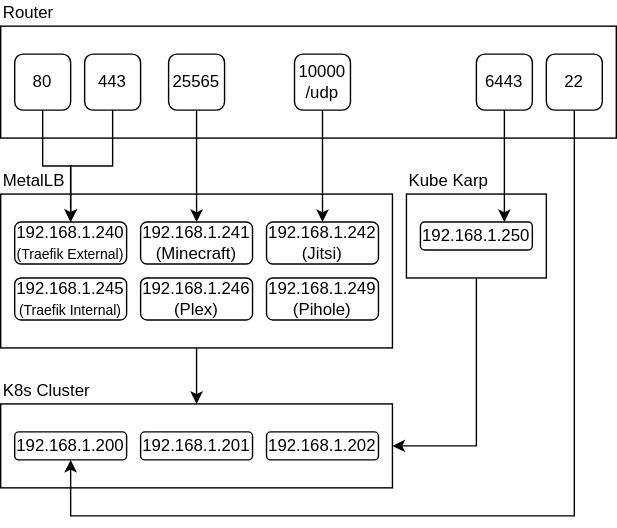
Earlier version of the draw.io export docs/images/network.drawio.svg (mchill/home). Source tidied: cells renumbered, new cells last; positions are measured from the earlier drawing's top-left corner, leaving out a move shared by most shapes. Source of this version:
```xml
<mxGraphModel>
  <root>
    <mxCell id="0" />
    <mxCell id="1" parent="0" />
    <mxCell id="2" style="edgeStyle=orthogonalEdgeStyle;rounded=0;jettySize=auto;html=1;" parent="1" edge="1" source="3" target="21">
      <mxGeometry relative="1" as="geometry" />
    </mxCell>
    <mxCell id="3" value="MetalLB" style="rounded=0;whiteSpace=wrap;html=1;align=left;labelPosition=center;verticalLabelPosition=top;verticalAlign=bottom;" parent="1" vertex="1">
      <mxGeometry y="120" width="280" height="110" as="geometry" />
    </mxCell>
    <mxCell id="4" value="192.168.1.240&lt;br&gt;&lt;font style=&quot;font-size: 10px&quot;&gt;(Traefik External)&lt;/font&gt;" style="rounded=1;whiteSpace=wrap;html=1;" parent="1" vertex="1">
      <mxGeometry x="10" y="140" width="80" height="30" as="geometry" />
    </mxCell>
    <mxCell id="5" value="192.168.1.241&lt;br&gt;(Minecraft)" style="rounded=1;whiteSpace=wrap;html=1;" parent="1" vertex="1">
      <mxGeometry x="100" y="140" width="80" height="30" as="geometry" />
    </mxCell>
    <mxCell id="6" value="192.168.1.245&lt;br&gt;&lt;font style=&quot;font-size: 10px&quot;&gt;(Traefik Internal)&lt;/font&gt;" style="rounded=1;whiteSpace=wrap;html=1;" parent="1" vertex="1">
      <mxGeometry x="10" y="180" width="80" height="30" as="geometry" />
    </mxCell>
    <mxCell id="7" value="192.168.1.242&lt;br&gt;(Jitsi)" style="rounded=1;whiteSpace=wrap;html=1;" parent="1" vertex="1">
      <mxGeometry x="190" y="140" width="80" height="30" as="geometry" />
    </mxCell>
    <mxCell id="8" value="Router" style="rounded=0;whiteSpace=wrap;html=1;align=left;labelPosition=center;verticalLabelPosition=top;verticalAlign=bottom;" parent="1" vertex="1">
      <mxGeometry width="440" height="80" as="geometry" />
    </mxCell>
    <mxCell id="9" style="edgeStyle=orthogonalEdgeStyle;rounded=0;jettySize=auto;html=1;" parent="1" edge="1" source="10" target="4">
      <mxGeometry relative="1" as="geometry" />
    </mxCell>
    <mxCell id="10" value="80" style="rounded=1;whiteSpace=wrap;html=1;" parent="1" vertex="1">
      <mxGeometry x="10" y="20" width="40" height="40" as="geometry" />
    </mxCell>
    <mxCell id="11" style="edgeStyle=orthogonalEdgeStyle;rounded=0;jettySize=auto;html=1;" parent="1" edge="1" source="12" target="4">
      <mxGeometry relative="1" as="geometry" />
    </mxCell>
    <mxCell id="12" value="443" style="rounded=1;whiteSpace=wrap;html=1;" parent="1" vertex="1">
      <mxGeometry x="60" y="20" width="40" height="40" as="geometry" />
    </mxCell>
    <mxCell id="13" style="edgeStyle=orthogonalEdgeStyle;rounded=0;jettySize=auto;html=1;" parent="1" edge="1" source="14" target="5">
      <mxGeometry relative="1" as="geometry" />
    </mxCell>
    <mxCell id="14" value="25565" style="rounded=1;whiteSpace=wrap;html=1;" parent="1" vertex="1">
      <mxGeometry x="120" y="20" width="40" height="40" as="geometry" />
    </mxCell>
    <mxCell id="15" style="edgeStyle=orthogonalEdgeStyle;rounded=0;jettySize=auto;html=1;entryX=0.5;entryY=0;entryDx=0;entryDy=0;" parent="1" edge="1" source="16" target="7">
      <mxGeometry relative="1" as="geometry" />
    </mxCell>
    <mxCell id="16" value="10000&lt;br&gt;/udp" style="rounded=1;whiteSpace=wrap;html=1;" parent="1" vertex="1">
      <mxGeometry x="210" y="20" width="40" height="40" as="geometry" />
    </mxCell>
    <mxCell id="17" value="22" style="rounded=1;whiteSpace=wrap;html=1;" parent="1" vertex="1">
      <mxGeometry x="390" y="20" width="40" height="40" as="geometry" />
    </mxCell>
    <mxCell id="18" value="16443" style="rounded=1;whiteSpace=wrap;html=1;" parent="1" vertex="1">
      <mxGeometry x="340" y="20" width="40" height="40" as="geometry" />
    </mxCell>
    <mxCell id="19" value="192.168.1.246&lt;br&gt;(Plex)" style="rounded=1;whiteSpace=wrap;html=1;" parent="1" vertex="1">
      <mxGeometry x="100" y="180" width="80" height="30" as="geometry" />
    </mxCell>
    <mxCell id="20" value="192.168.1.249&lt;br&gt;(Pihole)" style="rounded=1;whiteSpace=wrap;html=1;" parent="1" vertex="1">
      <mxGeometry x="190" y="180" width="80" height="30" as="geometry" />
    </mxCell>
    <mxCell id="21" value="K8s Cluster" style="rounded=0;whiteSpace=wrap;html=1;align=left;labelPosition=center;verticalLabelPosition=top;verticalAlign=bottom;" parent="1" vertex="1">
      <mxGeometry y="270" width="280" height="60" as="geometry" />
    </mxCell>
    <mxCell id="22" value="192.168.1.200" style="rounded=1;whiteSpace=wrap;html=1;" parent="1" vertex="1">
      <mxGeometry x="10" y="290" width="80" height="20" as="geometry" />
    </mxCell>
    <mxCell id="23" value="192.168.1.201" style="rounded=1;whiteSpace=wrap;html=1;" parent="1" vertex="1">
      <mxGeometry x="100" y="290" width="80" height="20" as="geometry" />
    </mxCell>
    <mxCell id="24" value="192.168.1.202" style="rounded=1;whiteSpace=wrap;html=1;" parent="1" vertex="1">
      <mxGeometry x="190" y="290" width="80" height="20" as="geometry" />
    </mxCell>
    <mxCell id="25" style="edgeStyle=orthogonalEdgeStyle;rounded=0;jettySize=auto;html=1;" parent="1" edge="1" source="17" target="22">
      <mxGeometry relative="1" as="geometry">
        <Array as="points">
          <mxPoint x="410" y="350" />
          <mxPoint x="50" y="350" />
        </Array>
      </mxGeometry>
    </mxCell>
    <mxCell id="26" style="edgeStyle=orthogonalEdgeStyle;rounded=0;jettySize=auto;html=1;" parent="1" edge="1" source="27" target="21">
      <mxGeometry relative="1" as="geometry">
        <Array as="points">
          <mxPoint x="340" y="300" />
        </Array>
      </mxGeometry>
    </mxCell>
    <mxCell id="27" value="Kube Karp" style="rounded=0;whiteSpace=wrap;html=1;align=left;labelPosition=center;verticalLabelPosition=top;verticalAlign=bottom;" parent="1" vertex="1">
      <mxGeometry x="290" y="120" width="100" height="60" as="geometry" />
    </mxCell>
    <mxCell id="28" value="192.168.1.250" style="rounded=1;whiteSpace=wrap;html=1;" parent="1" vertex="1">
      <mxGeometry x="300" y="140" width="80" height="20" as="geometry" />
    </mxCell>
    <mxCell id="29" style="edgeStyle=orthogonalEdgeStyle;rounded=0;jettySize=auto;html=1;" parent="1" edge="1" source="18" target="28">
      <mxGeometry relative="1" as="geometry">
        <Array as="points">
          <mxPoint x="360" y="150" />
          <mxPoint x="360" y="150" />
        </Array>
      </mxGeometry>
    </mxCell>
  </root>
</mxGraphModel>
```
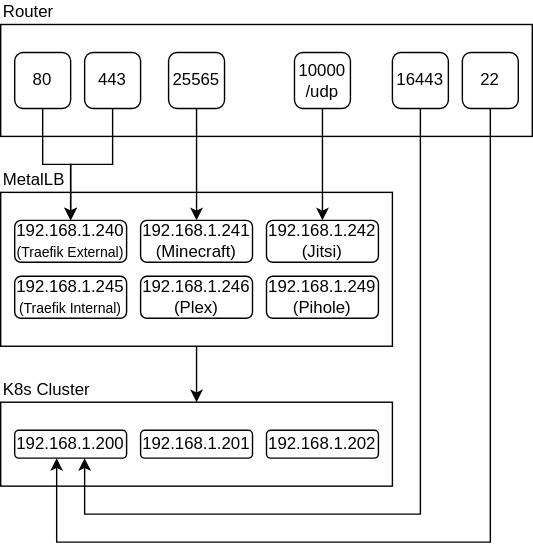
After the commit.

Commit message:
Remove kube-karp

Diff of the diagram source:
```diff
@@ -21,7 +21,7 @@
       <mxGeometry x="190" y="140" width="80" height="30" as="geometry" />
     </mxCell>
     <mxCell id="8" value="Router" style="rounded=0;whiteSpace=wrap;html=1;align=left;labelPosition=center;verticalLabelPosition=top;verticalAlign=bottom;" parent="1" vertex="1">
-      <mxGeometry width="440" height="80" as="geometry" />
+      <mxGeometry width="380" height="80" as="geometry" />
     </mxCell>
     <mxCell id="9" style="edgeStyle=orthogonalEdgeStyle;rounded=0;jettySize=auto;html=1;" parent="1" edge="1" source="10" target="4">
       <mxGeometry relative="1" as="geometry" />
@@ -48,10 +48,10 @@
       <mxGeometry x="210" y="20" width="40" height="40" as="geometry" />
     </mxCell>
     <mxCell id="17" value="22" style="rounded=1;whiteSpace=wrap;html=1;" parent="1" vertex="1">
-      <mxGeometry x="390" y="20" width="40" height="40" as="geometry" />
+      <mxGeometry x="330" y="20" width="40" height="40" as="geometry" />
     </mxCell>
     <mxCell id="18" value="16443" style="rounded=1;whiteSpace=wrap;html=1;" parent="1" vertex="1">
-      <mxGeometry x="340" y="20" width="40" height="40" as="geometry" />
+      <mxGeometry x="280" y="20" width="40" height="40" as="geometry" />
     </mxCell>
     <mxCell id="19" value="192.168.1.246&lt;br&gt;(Plex)" style="rounded=1;whiteSpace=wrap;html=1;" parent="1" vertex="1">
       <mxGeometry x="100" y="180" width="80" height="30" as="geometry" />
@@ -74,31 +74,18 @@
     <mxCell id="25" style="edgeStyle=orthogonalEdgeStyle;rounded=0;jettySize=auto;html=1;" parent="1" edge="1" source="17" target="22">
       <mxGeometry relative="1" as="geometry">
         <Array as="points">
-          <mxPoint x="410" y="350" />
-          <mxPoint x="50" y="350" />
+          <mxPoint x="350" y="370" />
+          <mxPoint x="40" y="370" />
         </Array>
       </mxGeometry>
     </mxCell>
-    <mxCell id="26" style="edgeStyle=orthogonalEdgeStyle;rounded=0;jettySize=auto;html=1;" parent="1" edge="1" source="27" target="21">
+    <mxCell id="26" style="edgeStyle=orthogonalEdgeStyle;rounded=0;jettySize=auto;html=1;exitX=0.5;exitY=1;exitDx=0;exitDy=0;" parent="1" edge="1" source="18" target="22">
       <mxGeometry relative="1" as="geometry">
         <Array as="points">
-          <mxPoint x="340" y="300" />
+          <mxPoint x="300" y="350" />
+          <mxPoint x="60" y="350" />
         </Array>
       </mxGeometry>
     </mxCell>
-    <mxCell id="27" value="Kube Karp" style="rounded=0;whiteSpace=wrap;html=1;align=left;labelPosition=center;verticalLabelPosition=top;verticalAlign=bottom;" parent="1" vertex="1">
-      <mxGeometry x="290" y="120" width="100" height="60" as="geometry" />
-    </mxCell>
-    <mxCell id="28" value="192.168.1.250" style="rounded=1;whiteSpace=wrap;html=1;" parent="1" vertex="1">
-      <mxGeometry x="300" y="140" width="80" height="20" as="geometry" />
-    </mxCell>
-    <mxCell id="29" style="edgeStyle=orthogonalEdgeStyle;rounded=0;jettySize=auto;html=1;" parent="1" edge="1" source="18" target="28">
-      <mxGeometry relative="1" as="geometry">
-        <Array as="points">
-          <mxPoint x="360" y="150" />
-          <mxPoint x="360" y="150" />
-        </Array>
-      </mxGeometry>
-    </mxCell>
   </root>
 </mxGraphModel>
```
